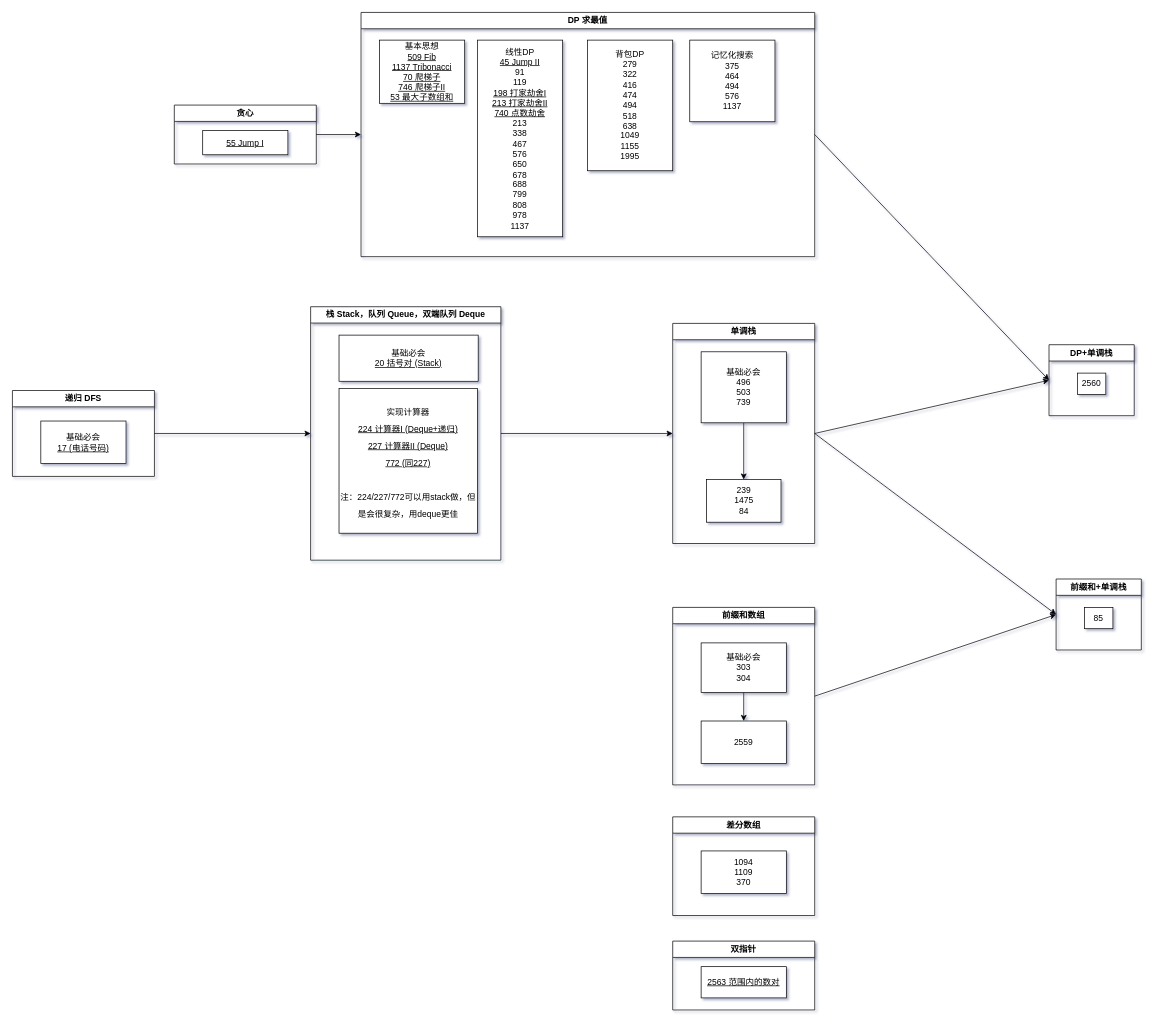
jssonx/algo-playground keeps this draw.io diagram as drawio/map.drawio. Above is the earlier version. Source tidied: cells renumbered, new cells numbered last; positions are measured from the earlier drawing's top-left corner, leaving out a move shared by most shapes. Both pictures are drawn from the tidied source at 71%, with x=0, y=0 at pixel (12, 12).
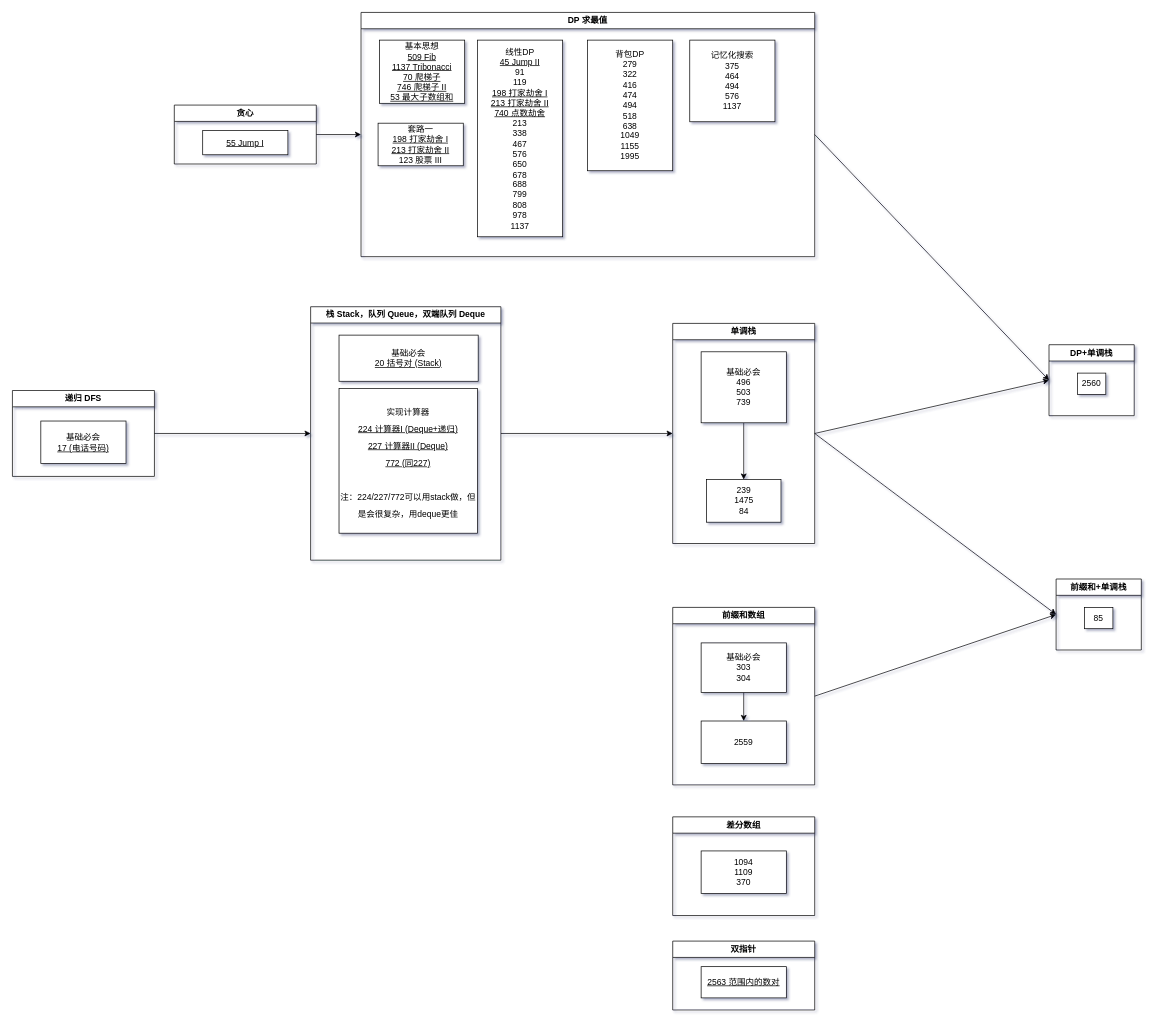
After the change.

The change refers to these unchanged cells:
```xml
<mxCell id="18" value="DP 求最值" style="swimlane;whiteSpace=wrap;html=1;rounded=0;" parent="1" vertex="1">
  <mxGeometry x="491" width="639" height="344" as="geometry" />
</mxCell>
```

Diff of the diagram source:
```diff
@@
-    <mxCell id="21" value="基本思想&lt;br&gt;&lt;u&gt;509 Fib&lt;br&gt;1137 Tribonacci&lt;br&gt;70 爬梯子&lt;br&gt;746 爬梯子II&lt;br&gt;53 最大子数组和&lt;br&gt;&lt;/u&gt;" style="whiteSpace=wrap;html=1;" parent="18" vertex="1">
+    <mxCell id="21" value="基本思想&lt;br&gt;&lt;u&gt;509 Fib&lt;br&gt;1137 Tribonacci&lt;br&gt;70 爬梯子&lt;br&gt;746 爬梯子 II&lt;br&gt;53 最大子数组和&lt;br&gt;&lt;/u&gt;" style="whiteSpace=wrap;html=1;" parent="18" vertex="1">
       <mxGeometry x="26" y="39" width="120" height="89" as="geometry" />
     </mxCell>
+    <mxCell id="37" value="套路一&lt;br&gt;&lt;u&gt;198 打家劫舍 I&lt;/u&gt;&lt;br&gt;&lt;u&gt;213 打家劫舍 II&lt;/u&gt;&lt;br&gt;123 股票 III" style="whiteSpace=wrap;html=1;" parent="18" vertex="1">
+      <mxGeometry x="24" y="156" width="120" height="60" as="geometry" />
+    </mxCell>
@@
-    <mxCell id="31" value="线性DP&lt;br&gt;&lt;u&gt;45 Jump II&lt;br&gt;&lt;/u&gt;91&lt;br&gt;119&lt;br&gt;&lt;u&gt;198 打家劫舍I&lt;br&gt;213 打家劫舍II&lt;br&gt;&lt;/u&gt;&lt;u&gt;740 点数劫舍&lt;/u&gt;&lt;br&gt;213&lt;br&gt;338&lt;br&gt;467&lt;br&gt;576&lt;br&gt;650&lt;br&gt;678&lt;br&gt;688&lt;br&gt;799&lt;br&gt;808&lt;br&gt;978&lt;br&gt;1137" style="whiteSpace=wrap;html=1;" parent="1" vertex="1">
+    <mxCell id="31" value="线性DP&lt;br&gt;&lt;u&gt;45 Jump II&lt;br&gt;&lt;/u&gt;91&lt;br&gt;119&lt;br&gt;&lt;u&gt;198 打家劫舍 I&lt;br&gt;213 打家劫舍 II&lt;br&gt;&lt;/u&gt;&lt;u&gt;740 点数劫舍&lt;/u&gt;&lt;br&gt;213&lt;br&gt;338&lt;br&gt;467&lt;br&gt;576&lt;br&gt;650&lt;br&gt;678&lt;br&gt;688&lt;br&gt;799&lt;br&gt;808&lt;br&gt;978&lt;br&gt;1137" style="whiteSpace=wrap;html=1;" parent="1" vertex="1">
       <mxGeometry x="655" y="39" width="120" height="277" as="geometry" />
     </mxCell>
```
